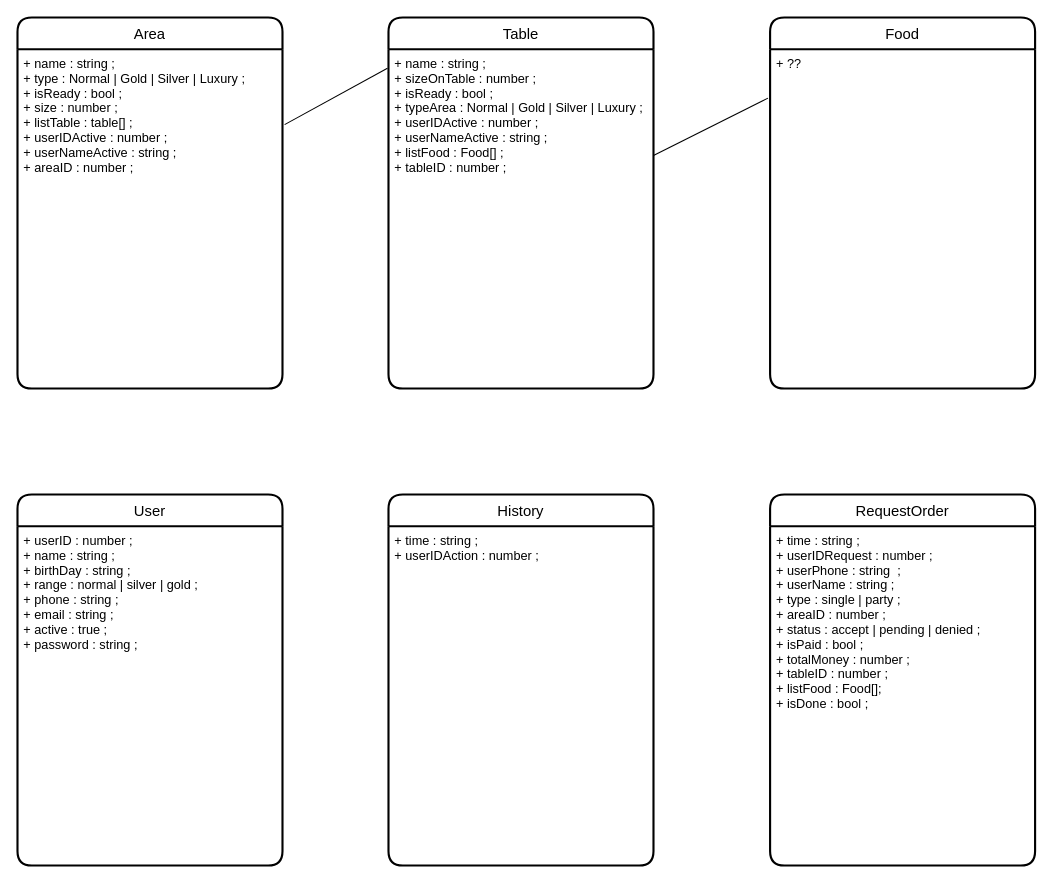
Before: Restaurant.drawio in baroned1707/RestaurantDiagram, a draw.io diagram. Source tidied: cells renumbered, new cells numbered last; positions are measured from the earlier drawing's top-left corner, leaving out a move shared by most shapes. Both pictures are drawn from the tidied source at 106%, with x=0, y=0 at pixel (17, 17).
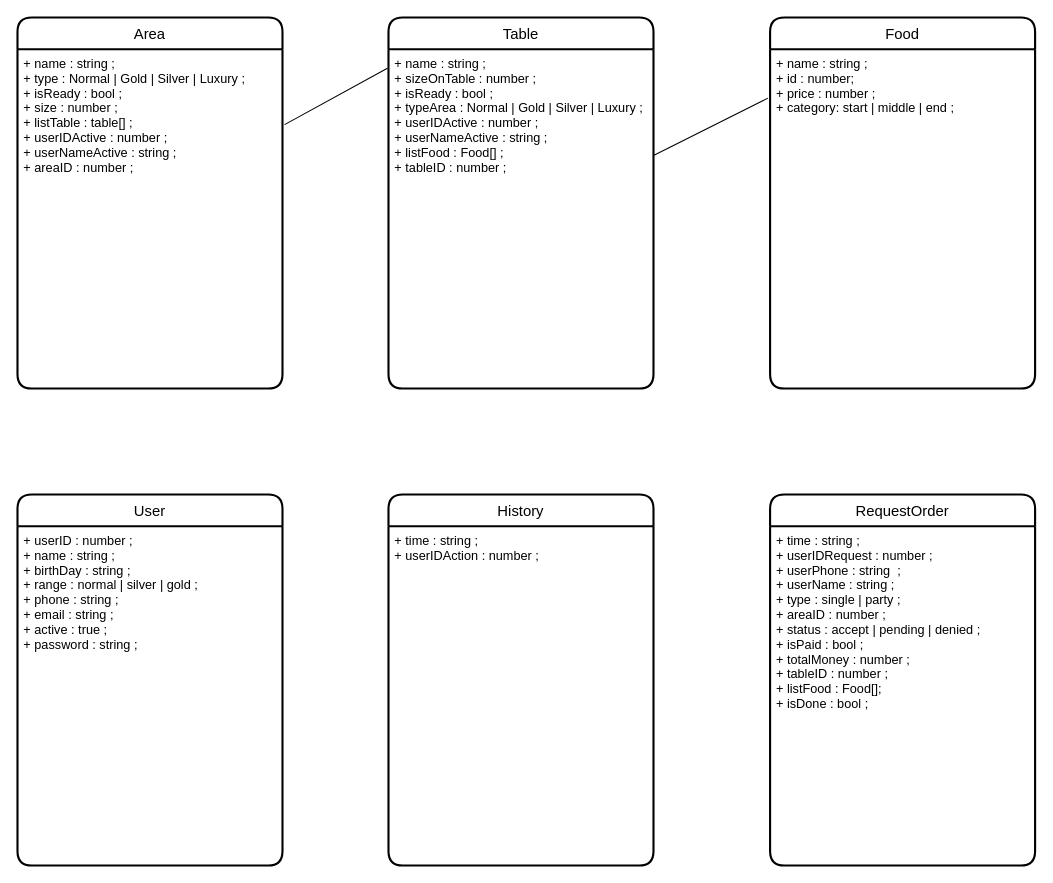
After the change.

Diff of the diagram source:
```diff
@@
 <mxGraphModel>
   <root>
     <mxCell id="0" />
     <mxCell id="1" parent="0" />
     <mxCell id="2" value="Area" style="swimlane;horizontal=1;startSize=30;rounded=1;fontSize=14;fontStyle=0;strokeWidth=2;shadow=0;dashed=0;align=center;" parent="1" vertex="1">
       <mxGeometry width="250" height="350" as="geometry" />
     </mxCell>
     <mxCell id="3" value="+ name : string ;&#10;+ type : Normal | Gold | Silver | Luxury ;&#10;+ isReady : bool ;&#10;+ size : number ;&#10;+ listTable : table[] ;&#10;+ userIDActive : number ;&#10;+ userNameActive : string ; &#10;+ areaID : number ;" style="align=left;strokeColor=none;fillColor=none;spacingLeft=4;fontSize=12;verticalAlign=top;" parent="2" vertex="1">
       <mxGeometry y="30" width="250" height="320" as="geometry" />
     </mxCell>
     <mxCell id="4" value="Table" style="swimlane;horizontal=1;startSize=30;rounded=1;fontSize=14;fontStyle=0;strokeWidth=2;shadow=0;dashed=0;align=center;" parent="1" vertex="1">
       <mxGeometry x="350" width="250" height="350" as="geometry" />
     </mxCell>
     <mxCell id="5" value="+ name : string ;&#10;+ sizeOnTable : number ;&#10;+ isReady : bool ;&#10;+ typeArea : Normal | Gold | Silver | Luxury ;&#10;+ userIDActive : number ;&#10;+ userNameActive : string ;&#10;+ listFood : Food[] ;&#10;+ tableID : number ;" style="align=left;strokeColor=none;fillColor=none;spacingLeft=4;fontSize=12;verticalAlign=top;" parent="4" vertex="1">
       <mxGeometry y="30" width="250" height="320" as="geometry" />
     </mxCell>
     <mxCell id="6" value="History" style="swimlane;horizontal=1;startSize=30;rounded=1;fontSize=14;fontStyle=0;strokeWidth=2;shadow=0;dashed=0;align=center;" parent="1" vertex="1">
       <mxGeometry x="350" y="450" width="250" height="350" as="geometry" />
     </mxCell>
     <mxCell id="7" value="+ time : string ;&#10;+ userIDAction : number ;&#10;" style="align=left;strokeColor=none;fillColor=none;spacingLeft=4;fontSize=12;verticalAlign=top;" parent="6" vertex="1">
       <mxGeometry y="30" width="250" height="320" as="geometry" />
     </mxCell>
     <mxCell id="8" value="User" style="swimlane;horizontal=1;startSize=30;rounded=1;fontSize=14;fontStyle=0;strokeWidth=2;shadow=0;dashed=0;align=center;" parent="1" vertex="1">
       <mxGeometry y="450" width="250" height="350" as="geometry" />
     </mxCell>
     <mxCell id="9" value="+ userID : number ;&#10;+ name : string ;&#10;+ birthDay : string ;&#10;+ range : normal | silver | gold ;&#10;+ phone : string ;&#10;+ email : string ;&#10;+ active : true ;&#10;+ password : string ;&#10;" style="align=left;strokeColor=none;fillColor=none;spacingLeft=4;fontSize=12;verticalAlign=top;" parent="8" vertex="1">
       <mxGeometry y="30" width="250" height="320" as="geometry" />
     </mxCell>
     <mxCell id="10" value="Food" style="swimlane;horizontal=1;startSize=30;rounded=1;fontSize=14;fontStyle=0;strokeWidth=2;shadow=0;dashed=0;align=center;" parent="1" vertex="1">
       <mxGeometry x="710" width="250" height="350" as="geometry" />
     </mxCell>
-    <mxCell id="11" value="+ ??" style="align=left;strokeColor=none;fillColor=none;spacingLeft=4;fontSize=12;verticalAlign=top;" parent="10" vertex="1">
+    <mxCell id="11" value="+ name : string ;&#10;+ id : number;&#10;+ price : number ;&#10;+ category: start | middle | end ;&#10;" style="align=left;strokeColor=none;fillColor=none;spacingLeft=4;fontSize=12;verticalAlign=top;" parent="10" vertex="1">
       <mxGeometry y="30" width="250" height="320" as="geometry" />
     </mxCell>
     <mxCell id="12" style="endArrow=none;html=1;rounded=0;exitX=1.008;exitY=0.222;exitDx=0;exitDy=0;exitPerimeter=0;entryX=-0.004;entryY=0.056;entryDx=0;entryDy=0;entryPerimeter=0;" parent="1" edge="1" source="3" target="5">
       <mxGeometry relative="1" as="geometry" />
     </mxCell>
     <mxCell id="13" style="endArrow=none;html=1;rounded=0;exitX=1;exitY=0.313;exitDx=0;exitDy=0;exitPerimeter=0;entryX=-0.008;entryY=0.144;entryDx=0;entryDy=0;entryPerimeter=0;" parent="1" edge="1" source="5" target="11">
       <mxGeometry relative="1" as="geometry" />
     </mxCell>
     <mxCell id="14" value="RequestOrder" style="swimlane;horizontal=1;startSize=30;rounded=1;fontSize=14;fontStyle=0;strokeWidth=2;shadow=0;dashed=0;align=center;" parent="1" vertex="1">
       <mxGeometry x="710" y="450" width="250" height="350" as="geometry" />
     </mxCell>
     <mxCell id="15" value="+ time : string ;&#10;+ userIDRequest : number ;&#10;+ userPhone : string  ;&#10;+ userName : string ;&#10;+ type : single | party ;&#10;+ areaID : number ;&#10;+ status : accept | pending | denied ;&#10;+ isPaid : bool ;&#10;+ totalMoney : number ;&#10;+ tableID : number ;&#10;+ listFood : Food[];&#10;+ isDone : bool ;&#10;" style="align=left;strokeColor=none;fillColor=none;spacingLeft=4;fontSize=12;verticalAlign=top;" parent="14" vertex="1">
       <mxGeometry y="30" width="250" height="320" as="geometry" />
     </mxCell>
   </root>
 </mxGraphModel>
```
